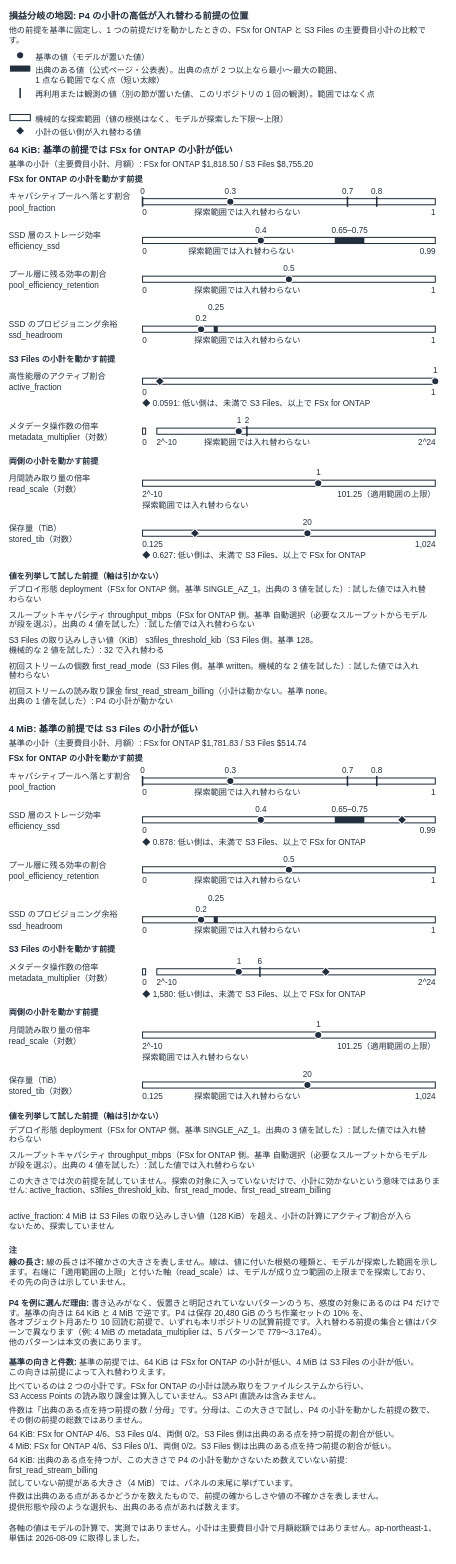
Above: docs/_assets/diagrams/s3burst-s3files-breakeven-map.drawio in Yoshiki0705/S3-Burst-on-ONTAP-Files (draw.io), before the change. Source tidied: cells renumbered, new cells numbered last; positions are measured from the earlier drawing's top-left corner, leaving out a move shared by most shapes. Both pictures are drawn from the tidied source at 51%, with x=0, y=0 at pixel (9, 9).
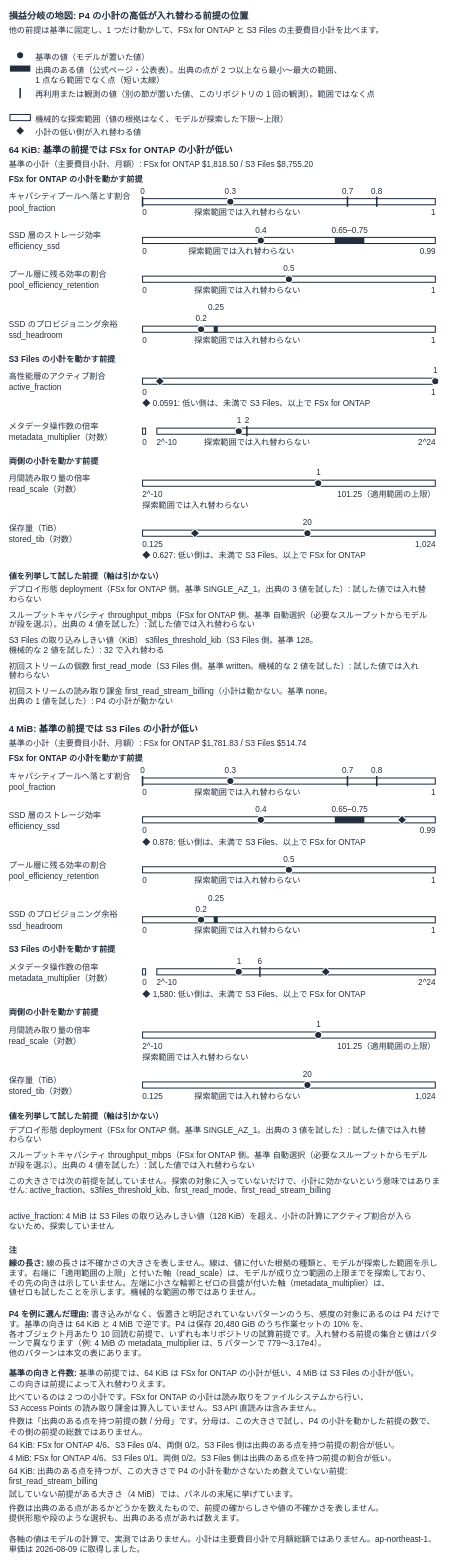
After the change.

What changed in the source:
```diff
@@
-    <mxCell id="3" value="他の前提を基準に固定し、1 つの前提だけを動かしたときの、FSx for ONTAP と S3 Files の主要費目小計の比較で&lt;br&gt;す。" style="text;html=1;whiteSpace=nowrap;overflow=visible;align=left;verticalAlign=top;spacing=0;spacingLeft=0;spacingRight=0;spacingTop=0;spacingBottom=0;fontSize=16;fontColor=#232F3E;fontStyle=0;" parent="1" vertex="1">
+    <mxCell id="3" value="他の前提は基準に固定し、1 つだけ動かして、FSx for ONTAP と S3 Files の主要費目小計を比べます。" style="text;html=1;whiteSpace=nowrap;overflow=visible;align=left;verticalAlign=top;spacing=0;spacingLeft=0;spacingRight=0;spacingTop=0;spacingBottom=0;fontSize=16;fontColor=#232F3E;fontStyle=0;" parent="1" vertex="1">
       <mxGeometry y="28" width="860" height="44" as="geometry" />
     </mxCell>
@@
-    <mxCell id="188" value="&lt;b&gt;線の長さ:&lt;/b&gt; 線の長さは不確かさの大きさを表しません。線は、値に付いた根拠の種類と、モデルが探索した範囲を示し&lt;br&gt;ます。右端に「適用範囲の上限」と付いた軸（read_scale）は、モデルが成り立つ範囲の上限までを探索しており、&lt;br&gt;その先の向きは示していません。" style="text;html=1;whiteSpace=nowrap;overflow=visible;align=left;verticalAlign=middle;spacing=0;spacingLeft=0;spacingRight=0;spacingTop=0;spacingBottom=0;fontSize=16;fontColor=#232F3E;fontStyle=0;" parent="1" vertex="1">
-      <mxGeometry y="2444" width="860" height="66" as="geometry" />
+    <mxCell id="188" value="&lt;b&gt;線の長さ:&lt;/b&gt; 線の長さは不確かさの大きさを表しません。線は、値に付いた根拠の種類と、モデルが探索した範囲を示し&lt;br&gt;ます。右端に「適用範囲の上限」と付いた軸（read_scale）は、モデルが成り立つ範囲の上限までを探索しており、&lt;br&gt;その先の向きは示していません。左端に小さな輪郭とゼロの目盛が付いた軸（metadata_multiplier）は、&lt;br&gt;値ゼロも試したことを示します。機械的な範囲の帯ではありません。" style="text;html=1;whiteSpace=nowrap;overflow=visible;align=left;verticalAlign=middle;spacing=0;spacingLeft=0;spacingRight=0;spacingTop=0;spacingBottom=0;fontSize=16;fontColor=#232F3E;fontStyle=0;" parent="1" vertex="1">
+      <mxGeometry y="2444" width="860" height="88" as="geometry" />
     </mxCell>
     <mxCell id="189" value="&lt;b&gt;P4 を例に選んだ理由:&lt;/b&gt; 書き込みがなく、仮置きと明記されていないパターンのうち、感度の対象にあるのは P4 だけで&lt;br&gt;す。基準の向きは 64 KiB と 4 MiB で逆です。P4 は保存 20,480 GiB のうち作業セットの 10% を、&lt;br&gt;各オブジェクト月あたり 10 回読む前提で、いずれも本リポジトリの試算前提です。入れ替わる前提の集合と値はパタ&lt;br&gt;ーンで異なります（例: 4 MiB の metadata_multiplier は、5 パターンで 779〜3.17e4）。&lt;br&gt;他のパターンは本文の表にあります。" style="text;html=1;whiteSpace=nowrap;overflow=visible;align=left;verticalAlign=middle;spacing=0;spacingLeft=0;spacingRight=0;spacingTop=0;spacingBottom=0;fontSize=16;fontColor=#232F3E;fontStyle=0;" parent="1" vertex="1">
-      <mxGeometry y="2521" width="860" height="110" as="geometry" />
+      <mxGeometry y="2543" width="860" height="110" as="geometry" />
     </mxCell>
     <mxCell id="190" value="&lt;b&gt;基準の向きと件数:&lt;/b&gt; 基準の前提では、64 KiB は FSx for ONTAP の小計が低い、4 MiB は S3 Files の小計が低い。&lt;br&gt;この向きは前提によって入れ替わりえます。" style="text;html=1;whiteSpace=nowrap;overflow=visible;align=left;verticalAlign=middle;spacing=0;spacingLeft=0;spacingRight=0;spacingTop=0;spacingBottom=0;fontSize=16;fontColor=#232F3E;fontStyle=0;" parent="1" vertex="1">
-      <mxGeometry y="2642" width="860" height="44" as="geometry" />
+      <mxGeometry y="2664" width="860" height="44" as="geometry" />
     </mxCell>
     <mxCell id="191" value="比べているのは 2 つの小計です。FSx for ONTAP の小計は読み取りをファイルシステムから行い、&lt;br&gt;S3 Access Points の読み取り課金は算入していません。S3 API 直読みは含みません。" style="text;html=1;whiteSpace=nowrap;overflow=visible;align=left;verticalAlign=middle;spacing=0;spacingLeft=0;spacingRight=0;spacingTop=0;spacingBottom=0;fontSize=16;fontColor=#232F3E;fontStyle=0;" parent="1" vertex="1">
-      <mxGeometry y="2689" width="860" height="44" as="geometry" />
+      <mxGeometry y="2711" width="860" height="44" as="geometry" />
     </mxCell>
     <mxCell id="192" value="件数は「出典のある点を持つ前提の数 / 分母」です。分母は、この大きさで試し、P4 の小計を動かした前提の数で、&lt;br&gt;その側の前提の総数ではありません。" style="text;html=1;whiteSpace=nowrap;overflow=visible;align=left;verticalAlign=middle;spacing=0;spacingLeft=0;spacingRight=0;spacingTop=0;spacingBottom=0;fontSize=16;fontColor=#232F3E;fontStyle=0;" parent="1" vertex="1">
-      <mxGeometry y="2736" width="860" height="44" as="geometry" />
+      <mxGeometry y="2758" width="860" height="44" as="geometry" />
     </mxCell>
     <mxCell id="193" value="64 KiB: FSx for ONTAP 4/6、S3 Files 0/4、両側 0/2。S3 Files 側は出典のある点を持つ前提の割合が低い。" style="text;html=1;whiteSpace=nowrap;overflow=visible;align=left;verticalAlign=middle;spacing=0;spacingLeft=0;spacingRight=0;spacingTop=0;spacingBottom=0;fontSize=16;fontColor=#232F3E;fontStyle=0;" parent="1" vertex="1">
-      <mxGeometry y="2783" width="860" height="22" as="geometry" />
+      <mxGeometry y="2805" width="860" height="22" as="geometry" />
     </mxCell>
     <mxCell id="194" value="4 MiB: FSx for ONTAP 4/6、S3 Files 0/1、両側 0/2。S3 Files 側は出典のある点を持つ前提の割合が低い。" style="text;html=1;whiteSpace=nowrap;overflow=visible;align=left;verticalAlign=middle;spacing=0;spacingLeft=0;spacingRight=0;spacingTop=0;spacingBottom=0;fontSize=16;fontColor=#232F3E;fontStyle=0;" parent="1" vertex="1">
-      <mxGeometry y="2808" width="860" height="22" as="geometry" />
+      <mxGeometry y="2830" width="860" height="22" as="geometry" />
     </mxCell>
     <mxCell id="195" value="64 KiB: 出典のある点を持つが、この大きさで P4 の小計を動かさないため数えていない前提:&lt;br&gt;first_read_stream_billing" style="text;html=1;whiteSpace=nowrap;overflow=visible;align=left;verticalAlign=middle;spacing=0;spacingLeft=0;spacingRight=0;spacingTop=0;spacingBottom=0;fontSize=16;fontColor=#232F3E;fontStyle=0;" parent="1" vertex="1">
-      <mxGeometry y="2833" width="860" height="44" as="geometry" />
+      <mxGeometry y="2855" width="860" height="44" as="geometry" />
     </mxCell>
     <mxCell id="196" value="試していない前提がある大きさ（4 MiB）では、パネルの末尾に挙げています。" style="text;html=1;whiteSpace=nowrap;overflow=visible;align=left;verticalAlign=middle;spacing=0;spacingLeft=0;spacingRight=0;spacingTop=0;spacingBottom=0;fontSize=16;fontColor=#232F3E;fontStyle=0;" parent="1" vertex="1">
-      <mxGeometry y="2880" width="860" height="22" as="geometry" />
+      <mxGeometry y="2902" width="860" height="22" as="geometry" />
     </mxCell>
     <mxCell id="197" value="件数は出典のある点があるかどうかを数えたもので、前提の確からしさや値の不確かさを表しません。&lt;br&gt;提供形態や段のような選択も、出典のある点があれば数えます。" style="text;html=1;whiteSpace=nowrap;overflow=visible;align=left;verticalAlign=middle;spacing=0;spacingLeft=0;spacingRight=0;spacingTop=0;spacingBottom=0;fontSize=16;fontColor=#232F3E;fontStyle=0;" parent="1" vertex="1">
-      <mxGeometry y="2905" width="860" height="44" as="geometry" />
+      <mxGeometry y="2927" width="860" height="44" as="geometry" />
     </mxCell>
     <mxCell id="198" value="各軸の値はモデルの計算で、実測ではありません。小計は主要費目小計で月額総額ではありません。ap-northeast-1、&lt;br&gt;単価は 2026-08-09 に取得しました。" style="text;html=1;whiteSpace=nowrap;overflow=visible;align=left;verticalAlign=middle;spacing=0;spacingLeft=0;spacingRight=0;spacingTop=0;spacingBottom=0;fontSize=16;fontColor=#232F3E;fontStyle=0;" parent="1" vertex="1">
-      <mxGeometry y="2966" width="860" height="44" as="geometry" />
+      <mxGeometry y="2988" width="860" height="44" as="geometry" />
     </mxCell>
```
